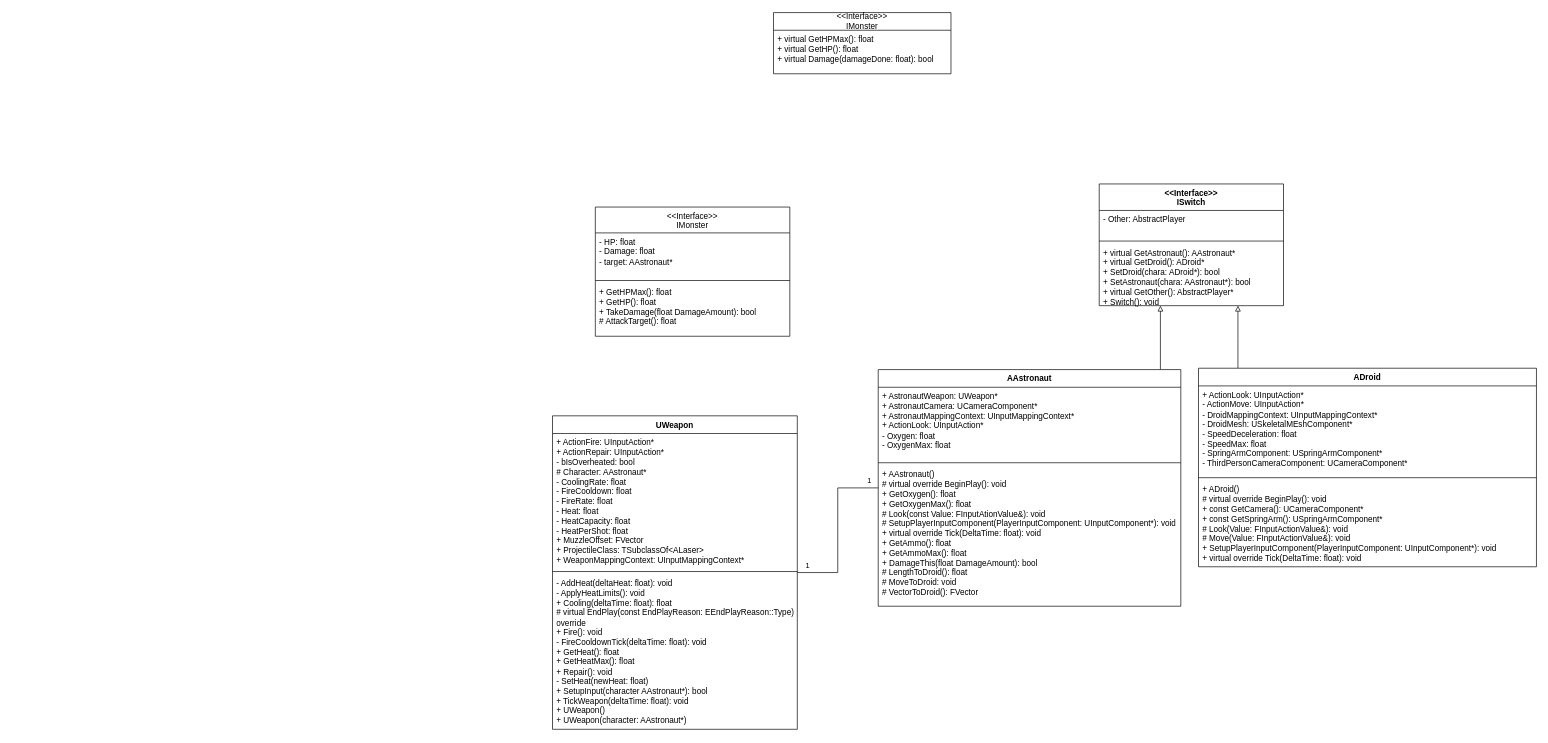
Earlier version of the draw.io diagram UML.drawio (herrkrabbe/BarBoi). Source tidied: cells renumbered, new cells numbered last; positions are measured from the earlier drawing's top-left corner, leaving out a move shared by most shapes. Both pictures are drawn from the tidied source at 68%, with x=0, y=0 at pixel (552, 12).
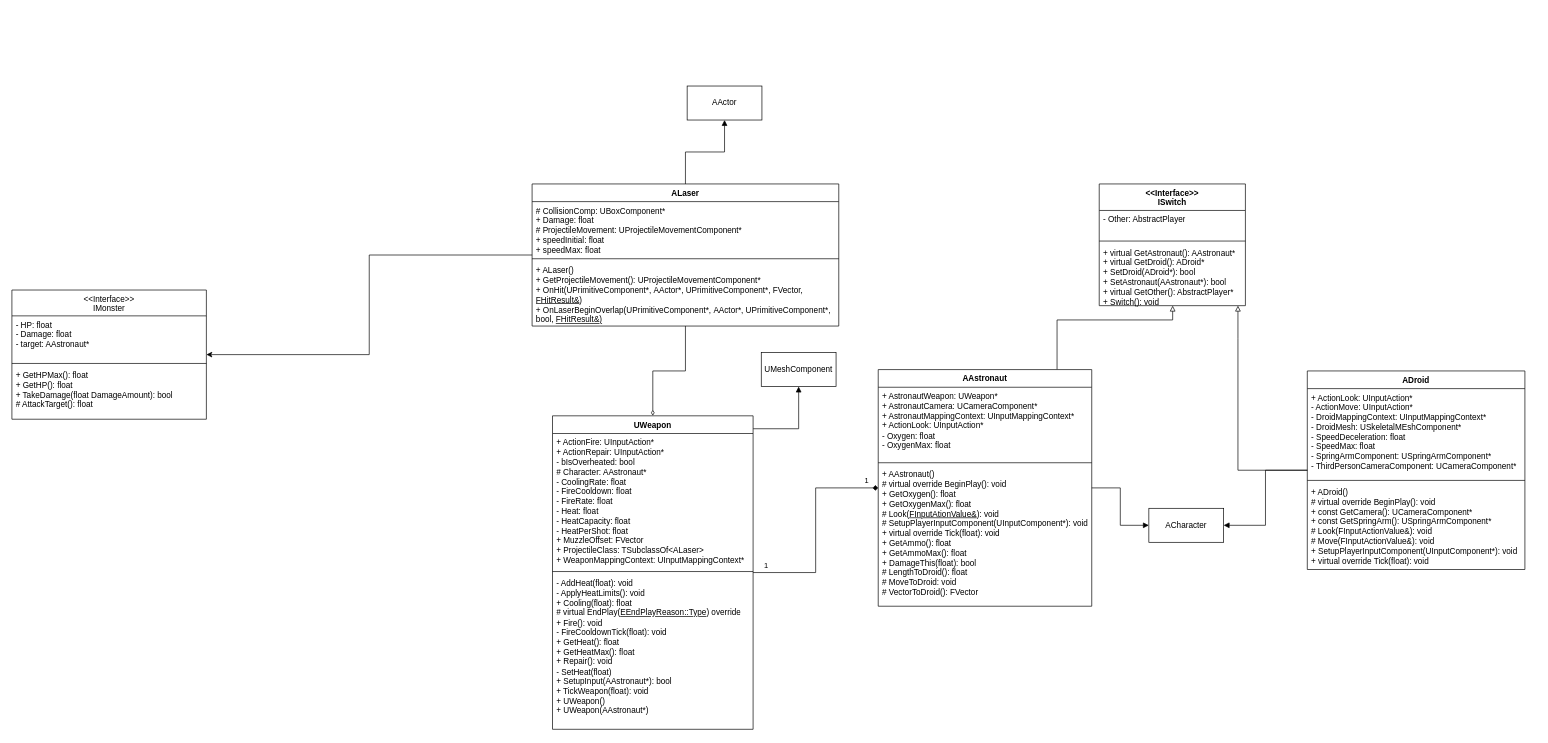
The same diagram, later.

Commit message:
added laser to UML diagram

Diff of the diagram source:
```diff
@@
     <mxCell id="2" style="edgeStyle=orthogonalEdgeStyle;rounded=0;jettySize=auto;html=1;endArrow=block;endFill=0;" parent="1" edge="1" source="6" target="12">
       <mxGeometry relative="1" as="geometry">
         <Array as="points">
-          <mxPoint x="894" y="452" />
-          <mxPoint x="894" y="452" />
+          <mxPoint x="742" y="452" />
+          <mxPoint x="912" y="452" />
         </Array>
       </mxGeometry>
     </mxCell>
-    <mxCell id="3" style="edgeStyle=orthogonalEdgeStyle;rounded=0;jettySize=auto;html=1;endArrow=none;endFill=0;" parent="1" edge="1" source="6" target="25">
+    <mxCell id="3" style="edgeStyle=orthogonalEdgeStyle;rounded=0;jettySize=auto;html=1;endArrow=none;endFill=0;startArrow=diamond;startFill=1;" parent="1" edge="1" source="6" target="25">
       <mxGeometry relative="1" as="geometry" />
     </mxCell>
@@
+    <mxCell id="29" style="edgeStyle=orthogonalEdgeStyle;rounded=0;jettySize=auto;html=1;endArrow=block;endFill=1;" parent="1" edge="1" source="6" target="39">
+      <mxGeometry relative="1" as="geometry" />
+    </mxCell>
     <mxCell id="6" value="AAstronaut" style="swimlane;fontStyle=1;align=center;verticalAlign=top;horizontal=1;startSize=26;whiteSpace=wrap;html=1;" parent="1" vertex="1">
-      <mxGeometry x="479" y="525" width="445" height="348" as="geometry" />
+      <mxGeometry x="479" y="525" width="314" height="348" as="geometry" />
     </mxCell>
     <mxCell id="7" value="&lt;div&gt;+ AstronautWeapon: UWeapon*&lt;/div&gt;&lt;div&gt;+ AstronautCamera: UCameraComponent*&lt;/div&gt;&lt;div&gt;+ AstronautMappingContext: UInputMappingContext*&lt;/div&gt;&lt;div&gt;+ ActionLook: UInputAction*&lt;/div&gt;&lt;div&gt;- Oxygen: float&lt;/div&gt;&lt;div&gt;- OxygenMax: float&lt;/div&gt;" style="text;strokeColor=none;fillColor=none;align=left;verticalAlign=top;spacingLeft=4;spacingRight=4;overflow=hidden;whiteSpace=wrap;html=1;" parent="6" vertex="1">
-      <mxGeometry y="26" width="445" height="107" as="geometry" />
+      <mxGeometry y="26" width="314" height="107" as="geometry" />
     </mxCell>
     <mxCell id="8" style="line;strokeWidth=1;fillColor=none;align=left;verticalAlign=middle;spacingTop=-1;spacingLeft=3;spacingRight=3;labelPosition=right;strokeColor=inherit;" parent="6" vertex="1">
-      <mxGeometry y="133" width="445" height="8" as="geometry" />
+      <mxGeometry y="133" width="314" height="8" as="geometry" />
     </mxCell>
-    <mxCell id="9" value="+ AAstronaut()&lt;div&gt;# virtual override BeginPlay(): void&lt;/div&gt;&lt;div&gt;+ GetOxygen(): float&lt;/div&gt;&lt;div&gt;+ GetOxygenMax(): float&lt;/div&gt;&lt;div&gt;# Look(const Value: FInputAtionValue&amp;amp;): void&lt;br&gt;&lt;div&gt;&lt;div&gt;# SetupPlayerInputComponent(PlayerInputComponent: UInputComponent*): void&lt;/div&gt;&lt;/div&gt;&lt;div&gt;+ virtual override Tick(DeltaTime: float): void&lt;/div&gt;&lt;/div&gt;&lt;div&gt;+ GetAmmo(): float&lt;/div&gt;&lt;div&gt;+ GetAmmoMax(): float&lt;/div&gt;&lt;div&gt;+ DamageThis(float DamageAmount): bool&lt;br&gt;&lt;/div&gt;&lt;div&gt;# LengthToDroid(): float&lt;/div&gt;&lt;div&gt;# MoveToDroid: void&lt;/div&gt;&lt;div&gt;# VectorToDroid(): FVector&lt;/div&gt;" style="text;strokeColor=none;fillColor=none;align=left;verticalAlign=top;spacingLeft=4;spacingRight=4;overflow=hidden;whiteSpace=wrap;html=1;" parent="6" vertex="1">
-      <mxGeometry y="141" width="445" height="207" as="geometry" />
+    <mxCell id="9" value="+ AAstronaut()&lt;div&gt;# virtual override BeginPlay(): void&lt;/div&gt;&lt;div&gt;+ GetOxygen(): float&lt;/div&gt;&lt;div&gt;+ GetOxygenMax(): float&lt;/div&gt;&lt;div&gt;# Look(&lt;u&gt;FInputAtionValue&amp;amp;&lt;/u&gt;): void&lt;br&gt;&lt;div&gt;&lt;div&gt;# SetupPlayerInputComponent(UInputComponent*): void&lt;/div&gt;&lt;/div&gt;&lt;div&gt;+ virtual override Tick(float): void&lt;/div&gt;&lt;/div&gt;&lt;div&gt;+ GetAmmo(): float&lt;/div&gt;&lt;div&gt;+ GetAmmoMax(): float&lt;/div&gt;&lt;div&gt;+ DamageThis(float): bool&lt;br&gt;&lt;/div&gt;&lt;div&gt;# LengthToDroid(): float&lt;/div&gt;&lt;div&gt;# MoveToDroid: void&lt;/div&gt;&lt;div&gt;# VectorToDroid(): FVector&lt;/div&gt;" style="text;strokeColor=none;fillColor=none;align=left;verticalAlign=top;spacingLeft=4;spacingRight=4;overflow=hidden;whiteSpace=wrap;html=1;" parent="6" vertex="1">
+      <mxGeometry y="141" width="314" height="207" as="geometry" />
     </mxCell>
-    <mxCell id="10" value="&amp;lt;&amp;lt;Interface&amp;gt;&amp;gt;&lt;div&gt;IMonster&lt;/div&gt;" style="swimlane;fontStyle=0;horizontal=1;startSize=26;fillColor=none;whiteSpace=wrap;html=1;" parent="1" vertex="1">
-      <mxGeometry x="325" width="261" height="90" as="geometry" />
-    </mxCell>
-    <mxCell id="11" value="+ virtual GetHPMax(): float&lt;div&gt;+ virtual GetHP(): float&lt;/div&gt;&lt;div&gt;+ virtual Damage(damageDone: float): bool&lt;/div&gt;" style="text;strokeColor=none;fillColor=none;align=left;verticalAlign=top;spacingLeft=4;spacingRight=4;overflow=hidden;whiteSpace=wrap;html=1;" parent="10" vertex="1">
-      <mxGeometry y="26" width="261" height="64" as="geometry" />
-    </mxCell>
     <mxCell id="12" value="&amp;lt;&amp;lt;Interface&amp;gt;&amp;gt;&lt;div&gt;ISwitch&lt;/div&gt;" style="swimlane;fontStyle=1;align=center;verticalAlign=top;horizontal=1;startSize=39;whiteSpace=wrap;html=1;" parent="1" vertex="1">
-      <mxGeometry x="804" y="252" width="271" height="179" as="geometry" />
+      <mxGeometry x="804" y="252" width="215" height="179" as="geometry" />
     </mxCell>
     <mxCell id="13" value="- Other: AbstractPlayer" style="text;strokeColor=none;fillColor=none;align=left;verticalAlign=top;spacingLeft=4;spacingRight=4;overflow=hidden;whiteSpace=wrap;html=1;" parent="12" vertex="1">
-      <mxGeometry y="39" width="271" height="41" as="geometry" />
+      <mxGeometry y="39" width="215" height="41" as="geometry" />
     </mxCell>
     <mxCell id="14" style="line;strokeWidth=1;fillColor=none;align=left;verticalAlign=middle;spacingTop=-1;spacingLeft=3;spacingRight=3;labelPosition=right;strokeColor=inherit;" parent="12" vertex="1">
-      <mxGeometry y="80" width="271" height="8" as="geometry" />
+      <mxGeometry y="80" width="215" height="8" as="geometry" />
     </mxCell>
-    <mxCell id="15" value="+ virtual GetAstronaut(): AAstronaut*&lt;div&gt;+ virtual GetDroid(): ADroid*&lt;/div&gt;&lt;div&gt;+ SetDroid(chara: ADroid*): bool&lt;/div&gt;&lt;div&gt;+ SetAstronaut(chara: AAstronaut*): bool&lt;/div&gt;&lt;div&gt;+ virtual GetOther(): AbstractPlayer*&lt;/div&gt;&lt;div&gt;+ Switch(): void&lt;/div&gt;" style="text;strokeColor=none;fillColor=none;align=left;verticalAlign=top;spacingLeft=4;spacingRight=4;overflow=hidden;whiteSpace=wrap;html=1;" parent="12" vertex="1">
-      <mxGeometry y="88" width="271" height="91" as="geometry" />
+    <mxCell id="15" value="+ virtual GetAstronaut(): AAstronaut*&lt;div&gt;+ virtual GetDroid(): ADroid*&lt;/div&gt;&lt;div&gt;+ SetDroid(ADroid*): bool&lt;/div&gt;&lt;div&gt;+ SetAstronaut(AAstronaut*): bool&lt;/div&gt;&lt;div&gt;+ virtual GetOther(): AbstractPlayer*&lt;/div&gt;&lt;div&gt;+ Switch(): void&lt;/div&gt;" style="text;strokeColor=none;fillColor=none;align=left;verticalAlign=top;spacingLeft=4;spacingRight=4;overflow=hidden;whiteSpace=wrap;html=1;" parent="12" vertex="1">
+      <mxGeometry y="88" width="215" height="91" as="geometry" />
     </mxCell>
@@
+    <mxCell id="30" style="edgeStyle=orthogonalEdgeStyle;rounded=0;jettySize=auto;html=1;endArrow=block;endFill=1;" parent="1" edge="1" source="17" target="39">
+      <mxGeometry relative="1" as="geometry" />
+    </mxCell>
     <mxCell id="17" value="ADroid" style="swimlane;fontStyle=1;align=center;verticalAlign=top;horizontal=1;startSize=26;whiteSpace=wrap;html=1;" parent="1" vertex="1">
-      <mxGeometry x="950" y="523" width="497" height="292" as="geometry" />
+      <mxGeometry x="1110" y="527" width="320" height="292" as="geometry" />
     </mxCell>
     <mxCell id="18" value="+ ActionLook: UInputAction*&lt;div&gt;- ActionMove: UInputAction*&lt;/div&gt;&lt;div&gt;- DroidMappingContext: UInputMappingContext*&lt;/div&gt;&lt;div&gt;- DroidMesh: USkeletalMEshComponent*&lt;/div&gt;&lt;div&gt;- SpeedDeceleration: float&lt;/div&gt;&lt;div&gt;- SpeedMax: float&lt;/div&gt;&lt;div&gt;- SpringArmComponent: USpringArmComponent*&lt;/div&gt;&lt;div&gt;- ThirdPersonCameraComponent: UCameraComponent*&lt;/div&gt;" style="text;strokeColor=none;fillColor=none;align=left;verticalAlign=top;spacingLeft=4;spacingRight=4;overflow=hidden;whiteSpace=wrap;html=1;" parent="17" vertex="1">
-      <mxGeometry y="26" width="497" height="131" as="geometry" />
+      <mxGeometry y="26" width="320" height="131" as="geometry" />
     </mxCell>
     <mxCell id="19" style="line;strokeWidth=1;fillColor=none;align=left;verticalAlign=middle;spacingTop=-1;spacingLeft=3;spacingRight=3;labelPosition=right;strokeColor=inherit;" parent="17" vertex="1">
-      <mxGeometry y="157" width="497" height="8" as="geometry" />
+      <mxGeometry y="157" width="320" height="8" as="geometry" />
     </mxCell>
-    <mxCell id="20" value="+ ADroid()&lt;div&gt;# virtual override BeginPlay(): void&lt;/div&gt;&lt;div&gt;+ const GetCamera(): UCameraComponent*&lt;/div&gt;&lt;div&gt;+ const GetSpringArm(): USpringArmComponent*&lt;/div&gt;&lt;div&gt;# Look(Value: FInputActionValue&amp;amp;): void&lt;/div&gt;&lt;div&gt;# Move(Value: FInputActionValue&amp;amp;): void&lt;/div&gt;&lt;div&gt;+ SetupPlayerInputComponent(PlayerInputComponent:&amp;nbsp;UInputComponent*): void&lt;/div&gt;&lt;div&gt;+ virtual override Tick(DeltaTime: float): void&lt;br&gt;&lt;/div&gt;" style="text;strokeColor=none;fillColor=none;align=left;verticalAlign=top;spacingLeft=4;spacingRight=4;overflow=hidden;whiteSpace=wrap;html=1;" parent="17" vertex="1">
-      <mxGeometry y="165" width="497" height="127" as="geometry" />
+    <mxCell id="20" value="+ ADroid()&lt;div&gt;# virtual override BeginPlay(): void&lt;/div&gt;&lt;div&gt;+ const GetCamera(): UCameraComponent*&lt;/div&gt;&lt;div&gt;+ const GetSpringArm(): USpringArmComponent*&lt;/div&gt;&lt;div&gt;# Look(FInputActionValue&amp;amp;): void&lt;/div&gt;&lt;div&gt;# Move(FInputActionValue&amp;amp;): void&lt;/div&gt;&lt;div&gt;+ SetupPlayerInputComponent(UInputComponent*): void&lt;/div&gt;&lt;div&gt;+ virtual override Tick(float): void&lt;br&gt;&lt;/div&gt;" style="text;strokeColor=none;fillColor=none;align=left;verticalAlign=top;spacingLeft=4;spacingRight=4;overflow=hidden;whiteSpace=wrap;html=1;" parent="17" vertex="1">
+      <mxGeometry y="165" width="320" height="127" as="geometry" />
     </mxCell>
     <mxCell id="21" value="&lt;span style=&quot;font-weight: 400;&quot;&gt;&amp;lt;&amp;lt;Interface&amp;gt;&amp;gt;&lt;/span&gt;&lt;div style=&quot;font-weight: 400;&quot;&gt;IMonster&lt;/div&gt;" style="swimlane;fontStyle=1;align=center;verticalAlign=top;horizontal=1;startSize=38;whiteSpace=wrap;html=1;" parent="1" vertex="1">
-      <mxGeometry x="63" y="286" width="286" height="190" as="geometry" />
+      <mxGeometry x="-795" y="408" width="286" height="190" as="geometry" />
     </mxCell>
@@
+    <mxCell id="31" style="edgeStyle=orthogonalEdgeStyle;rounded=0;jettySize=auto;html=1;endArrow=none;endFill=0;startArrow=diamondThin;startFill=0;" parent="1" edge="1" source="25" target="35">
+      <mxGeometry relative="1" as="geometry" />
+    </mxCell>
+    <mxCell id="32" style="edgeStyle=orthogonalEdgeStyle;rounded=0;jettySize=auto;html=1;endArrow=block;endFill=1;" parent="1" edge="1" source="25" target="40">
+      <mxGeometry relative="1" as="geometry">
+        <Array as="points">
+          <mxPoint x="362" y="612" />
+        </Array>
+      </mxGeometry>
+    </mxCell>
     <mxCell id="25" value="UWeapon" style="swimlane;fontStyle=1;align=center;verticalAlign=top;horizontal=1;startSize=26;whiteSpace=wrap;html=1;" parent="1" vertex="1">
-      <mxGeometry y="593" width="360" height="461" as="geometry" />
+      <mxGeometry y="593" width="295" height="461" as="geometry" />
     </mxCell>
     <mxCell id="26" value="+ ActionFire: UInputAction*&lt;div&gt;+ ActionRepair:&amp;nbsp;&lt;span style=&quot;background-color: initial;&quot;&gt;UInputAction*&lt;/span&gt;&lt;/div&gt;&lt;div&gt;- bIsOverheated: bool&lt;/div&gt;&lt;div&gt;# Character: AAstronaut*&lt;/div&gt;&lt;div&gt;- CoolingRate: float&lt;/div&gt;&lt;div&gt;- FireCooldown: float&lt;/div&gt;&lt;div&gt;- FireRate: float&lt;/div&gt;&lt;div&gt;- Heat: float&lt;/div&gt;&lt;div&gt;- HeatCapacity: float&lt;/div&gt;&lt;div&gt;- HeatPerShot: float&lt;/div&gt;&lt;div&gt;+ MuzzleOffset: FVector&lt;/div&gt;&lt;div&gt;+ ProjectileClass: TSubclassOf&amp;lt;ALaser&amp;gt;&lt;/div&gt;&lt;div&gt;+ WeaponMappingContext: UInputMappingContext*&lt;/div&gt;" style="text;strokeColor=none;fillColor=none;align=left;verticalAlign=top;spacingLeft=4;spacingRight=4;overflow=hidden;whiteSpace=wrap;html=1;" parent="25" vertex="1">
-      <mxGeometry y="26" width="360" height="199" as="geometry" />
+      <mxGeometry y="26" width="295" height="199" as="geometry" />
     </mxCell>
     <mxCell id="27" style="line;strokeWidth=1;fillColor=none;align=left;verticalAlign=middle;spacingTop=-1;spacingLeft=3;spacingRight=3;labelPosition=right;strokeColor=inherit;" parent="25" vertex="1">
-      <mxGeometry y="225" width="360" height="8" as="geometry" />
+      <mxGeometry y="225" width="295" height="8" as="geometry" />
     </mxCell>
-    <mxCell id="28" value="- AddHeat(deltaHeat: float): void&lt;div&gt;- ApplyHeatLimits(): void&lt;/div&gt;&lt;div&gt;+ Cooling(deltaTime: float): float&lt;/div&gt;&lt;div&gt;# virtual EndPlay(const EndPlayReason: EEndPlayReason::Type) override&lt;/div&gt;&lt;div&gt;+ Fire(): void&lt;/div&gt;&lt;div&gt;- FireCooldownTick(deltaTime: float): void&lt;/div&gt;&lt;div&gt;+ GetHeat(): float&lt;/div&gt;&lt;div&gt;+ GetHeatMax(): float&lt;/div&gt;&lt;div&gt;+ Repair(): void&lt;/div&gt;&lt;div&gt;- SetHeat(newHeat: float)&lt;/div&gt;&lt;div&gt;+ SetupInput(character AAstronaut*): bool&lt;/div&gt;&lt;div&gt;+ TickWeapon(deltaTime: float): void&lt;/div&gt;&lt;div&gt;+ UWeapon()&lt;/div&gt;&lt;div&gt;+ UWeapon(character: AAstronaut*)&lt;/div&gt;" style="text;strokeColor=none;fillColor=none;align=left;verticalAlign=top;spacingLeft=4;spacingRight=4;overflow=hidden;whiteSpace=wrap;html=1;" parent="25" vertex="1">
-      <mxGeometry y="233" width="360" height="228" as="geometry" />
+    <mxCell id="28" value="- AddHeat(float): void&lt;div&gt;- ApplyHeatLimits(): void&lt;/div&gt;&lt;div&gt;+ Cooling(float): float&lt;/div&gt;&lt;div&gt;# virtual EndPlay(&lt;u&gt;EEndPlayReason::Type&lt;/u&gt;) override&lt;/div&gt;&lt;div&gt;+ Fire(): void&lt;/div&gt;&lt;div&gt;- FireCooldownTick(float): void&lt;/div&gt;&lt;div&gt;+ GetHeat(): float&lt;/div&gt;&lt;div&gt;+ GetHeatMax(): float&lt;/div&gt;&lt;div&gt;+ Repair(): void&lt;/div&gt;&lt;div&gt;- SetHeat(float)&lt;/div&gt;&lt;div&gt;+ SetupInput(AAstronaut*): bool&lt;/div&gt;&lt;div&gt;+ TickWeapon(float): void&lt;/div&gt;&lt;div&gt;+ UWeapon()&lt;/div&gt;&lt;div&gt;+ UWeapon(AAstronaut*)&lt;/div&gt;" style="text;strokeColor=none;fillColor=none;align=left;verticalAlign=top;spacingLeft=4;spacingRight=4;overflow=hidden;whiteSpace=wrap;html=1;" parent="25" vertex="1">
+      <mxGeometry y="233" width="295" height="228" as="geometry" />
     </mxCell>
+    <mxCell id="33" style="edgeStyle=orthogonalEdgeStyle;rounded=0;jettySize=auto;html=1;" parent="1" edge="1" source="35" target="21">
+      <mxGeometry relative="1" as="geometry" />
+    </mxCell>
+    <mxCell id="34" style="edgeStyle=orthogonalEdgeStyle;rounded=0;jettySize=auto;html=1;endArrow=block;endFill=1;" parent="1" edge="1" source="35" target="41">
+      <mxGeometry relative="1" as="geometry" />
+    </mxCell>
+    <mxCell id="35" value="ALaser" style="swimlane;fontStyle=1;align=center;verticalAlign=top;horizontal=1;startSize=26;whiteSpace=wrap;html=1;" parent="1" vertex="1">
+      <mxGeometry x="-30" y="252" width="451" height="209" as="geometry" />
+    </mxCell>
+    <mxCell id="36" value="# CollisionComp: UBoxComponent*&lt;div&gt;+ Damage: float&lt;/div&gt;&lt;div&gt;# ProjectileMovement: UProjectileMovementComponent*&lt;/div&gt;&lt;div&gt;+ speedInitial: float&lt;/div&gt;&lt;div&gt;+ speedMax: float&lt;/div&gt;" style="text;strokeColor=none;fillColor=none;align=left;verticalAlign=top;spacingLeft=4;spacingRight=4;overflow=hidden;whiteSpace=wrap;html=1;" parent="35" vertex="1">
+      <mxGeometry y="26" width="451" height="80" as="geometry" />
+    </mxCell>
+    <mxCell id="37" style="line;strokeWidth=1;fillColor=none;align=left;verticalAlign=middle;spacingTop=-1;spacingLeft=3;spacingRight=3;labelPosition=right;strokeColor=inherit;" parent="35" vertex="1">
+      <mxGeometry y="106" width="451" height="8" as="geometry" />
+    </mxCell>
+    <mxCell id="38" value="+ ALaser()&lt;div&gt;+ GetProjectileMovement():&amp;nbsp;UProjectileMovementComponent*&lt;/div&gt;&lt;div&gt;+ OnHit(UPrimitiveComponent*,&amp;nbsp;AActor*,&amp;nbsp;UPrimitiveComponent*, FVector, &lt;u&gt;FHitResult&amp;amp;&lt;/u&gt;)&lt;/div&gt;&lt;div&gt;+ OnLaserBeginOverlap(UPrimitiveComponent*,&amp;nbsp;AActor*,&amp;nbsp;UPrimitiveComponent*, bool,&amp;nbsp;&lt;u style=&quot;background-color: initial;&quot;&gt;FHitResult&amp;amp;)&lt;/u&gt;&lt;/div&gt;" style="text;strokeColor=none;fillColor=none;align=left;verticalAlign=top;spacingLeft=4;spacingRight=4;overflow=hidden;whiteSpace=wrap;html=1;" parent="35" vertex="1">
+      <mxGeometry y="114" width="451" height="95" as="geometry" />
+    </mxCell>
+    <mxCell id="39" value="ACharacter" style="html=1;whiteSpace=wrap;" parent="1" vertex="1">
+      <mxGeometry x="877" y="729" width="110" height="50" as="geometry" />
+    </mxCell>
+    <mxCell id="40" value="UMeshComponent" style="html=1;whiteSpace=wrap;" parent="1" vertex="1">
+      <mxGeometry x="307" y="500" width="110" height="50" as="geometry" />
+    </mxCell>
+    <mxCell id="41" value="AActor" style="html=1;whiteSpace=wrap;" parent="1" vertex="1">
+      <mxGeometry x="198" y="108" width="110" height="50" as="geometry" />
+    </mxCell>
```
